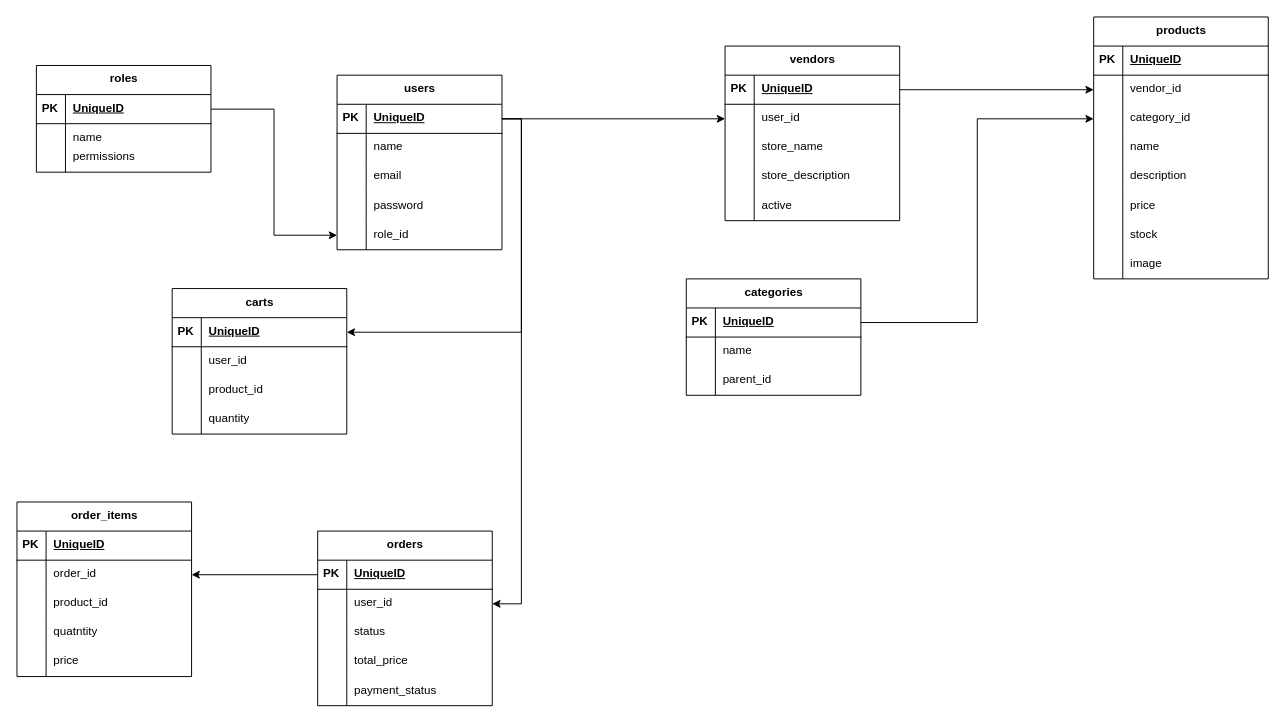
Before: screenshots/uml/UML.drawio in tzh19/multi-vendor-ecommerce, a draw.io diagram. Source tidied: cells renumbered, new cells numbered last; positions are measured from the earlier drawing's top-left corner, leaving out a move shared by most shapes. Both pictures are drawn from the tidied source at 97%, with x=0, y=0 at pixel (16, 16).
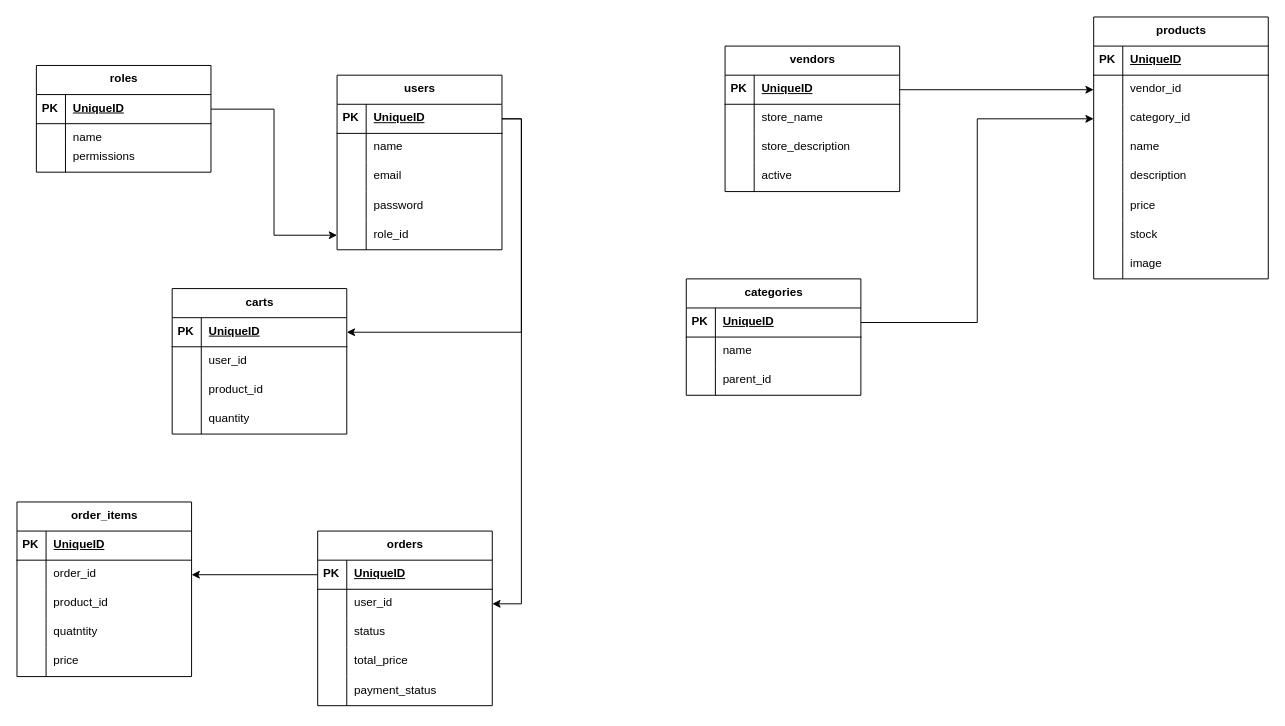
After the change.

Unchanged cells that the change refers to:
```xml
<mxCell id="3" style="shape=tableRow;horizontal=0;startSize=0;swimlaneHead=0;swimlaneBody=0;fillColor=none;points=[[0,0.5],[1,0.5]];portConstraint=eastwest;top=0;left=0;right=0;bottom=1;align=left;verticalAlign=top;spacingLeft=4;spacingRight=4;fontFamily=Helvetica;fontSize=12;fontColor=default;" parent="2" vertex="1">
  <mxGeometry y="30" width="170" height="30" as="geometry" />
</mxCell>
```

Diff of the diagram source:
```diff
@@
     <mxCell id="28" value="vendors" style="shape=table;startSize=30;childLayout=tableLayout;rowLines=0;fontStyle=1;align=center;html=1;verticalAlign=top;spacingLeft=4;spacingRight=4;fontFamily=Helvetica;fontSize=12;fontColor=default;fillColor=none;gradientColor=none;" parent="1" vertex="1">
-      <mxGeometry x="730" y="30" width="180" height="180" as="geometry" />
+      <mxGeometry x="730" y="30" width="180" height="150" as="geometry" />
     </mxCell>
@@
-    <mxCell id="32" style="shape=tableRow;horizontal=0;startSize=0;swimlaneHead=0;swimlaneBody=0;fillColor=none;points=[[0,0.5],[1,0.5]];portConstraint=eastwest;top=0;left=0;right=0;bottom=0;align=left;verticalAlign=top;spacingLeft=4;spacingRight=4;fontFamily=Helvetica;fontSize=12;fontColor=default;" parent="28" vertex="1">
-      <mxGeometry y="60" width="180" height="30" as="geometry" />
-    </mxCell>
-    <mxCell id="33" style="shape=partialRectangle;fillColor=none;top=0;left=0;bottom=0;right=0;overflow=hidden;whiteSpace=wrap;html=1;align=left;verticalAlign=top;spacingLeft=4;spacingRight=4;fontFamily=Helvetica;fontSize=12;fontColor=default;" parent="32" vertex="1">
-      <mxGeometry width="30" height="30" as="geometry" />
-    </mxCell>
-    <mxCell id="34" value="user_id" style="shape=partialRectangle;fillColor=none;top=0;left=0;bottom=0;right=0;align=left;spacingLeft=6;overflow=hidden;whiteSpace=wrap;html=1;verticalAlign=top;spacingRight=4;fontFamily=Helvetica;fontSize=12;fontColor=default;" parent="32" vertex="1">
-      <mxGeometry x="30" width="150" height="30" as="geometry" />
-    </mxCell>
     <mxCell id="35" style="shape=tableRow;horizontal=0;startSize=0;swimlaneHead=0;swimlaneBody=0;fillColor=none;top=0;left=0;right=0;bottom=0;align=left;verticalAlign=top;spacingLeft=4;spacingRight=4;fontFamily=Helvetica;fontSize=12;fontColor=default;" parent="28" vertex="1">
-      <mxGeometry y="90" width="180" height="30" as="geometry" />
+      <mxGeometry y="60" width="180" height="30" as="geometry" />
     </mxCell>
@@
     <mxCell id="38" style="shape=tableRow;horizontal=0;startSize=0;swimlaneHead=0;swimlaneBody=0;fillColor=none;top=0;left=0;right=0;bottom=0;align=left;verticalAlign=top;spacingLeft=4;spacingRight=4;fontFamily=Helvetica;fontSize=12;fontColor=default;" parent="28" vertex="1">
-      <mxGeometry y="120" width="180" height="30" as="geometry" />
+      <mxGeometry y="90" width="180" height="30" as="geometry" />
     </mxCell>
@@
     <mxCell id="41" style="shape=tableRow;horizontal=0;startSize=0;swimlaneHead=0;swimlaneBody=0;fillColor=none;top=0;left=0;right=0;bottom=0;align=left;verticalAlign=top;spacingLeft=4;spacingRight=4;fontFamily=Helvetica;fontSize=12;fontColor=default;" parent="28" vertex="1">
-      <mxGeometry y="150" width="180" height="30" as="geometry" />
+      <mxGeometry y="120" width="180" height="30" as="geometry" />
     </mxCell>
@@
-    <mxCell id="115" style="edgeStyle=orthogonalEdgeStyle;rounded=0;jettySize=auto;html=1;exitX=1;exitY=0.5;exitDx=0;exitDy=0;fontFamily=Helvetica;fontSize=12;fontColor=default;" parent="1" edge="1" source="3" target="32">
-      <mxGeometry relative="1" as="geometry" />
-    </mxCell>
```
